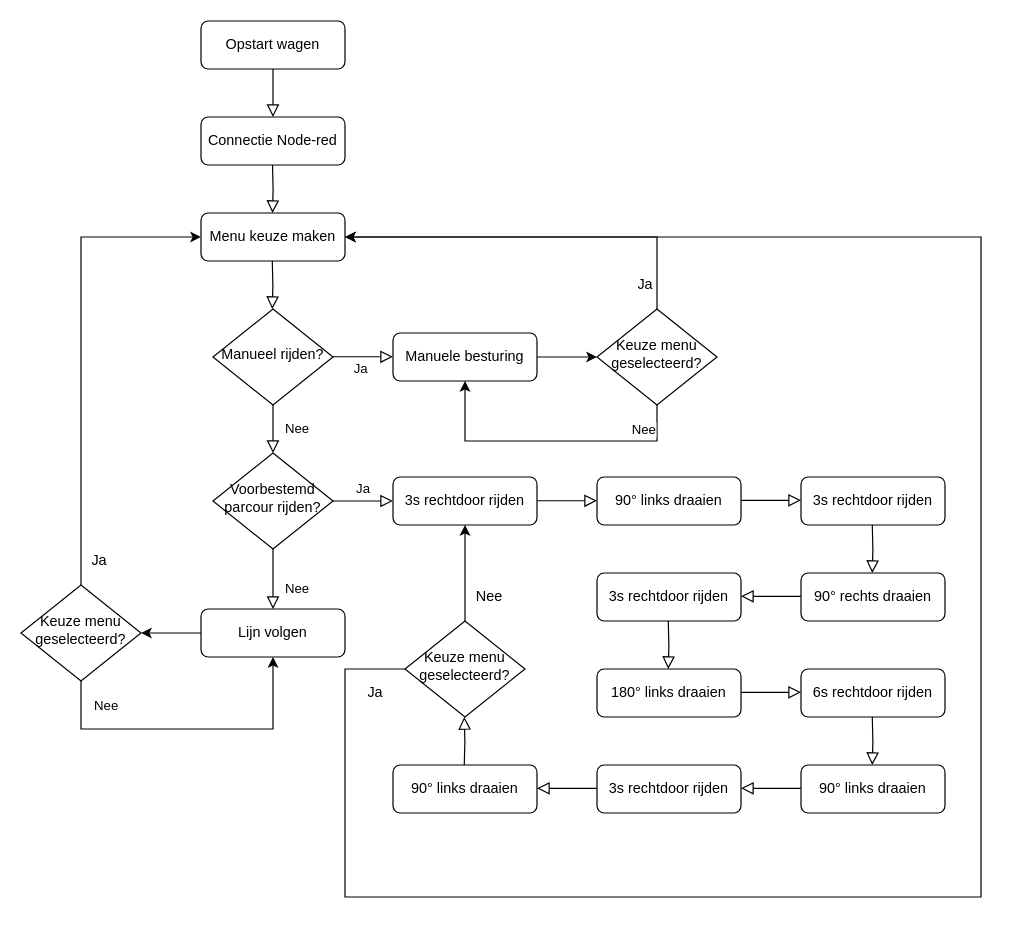
This is Flowchart SmartCar.drawio from JesseDenaux/SmartSystemsCarProject, a draw.io file, before an edit. Source tidied: cells renumbered, new cells numbered last; positions are measured from the earlier drawing's top-left corner, leaving out a move shared by most shapes. Both pictures are drawn from the tidied source at 120%, with x=0, y=0 at pixel (20, 20).
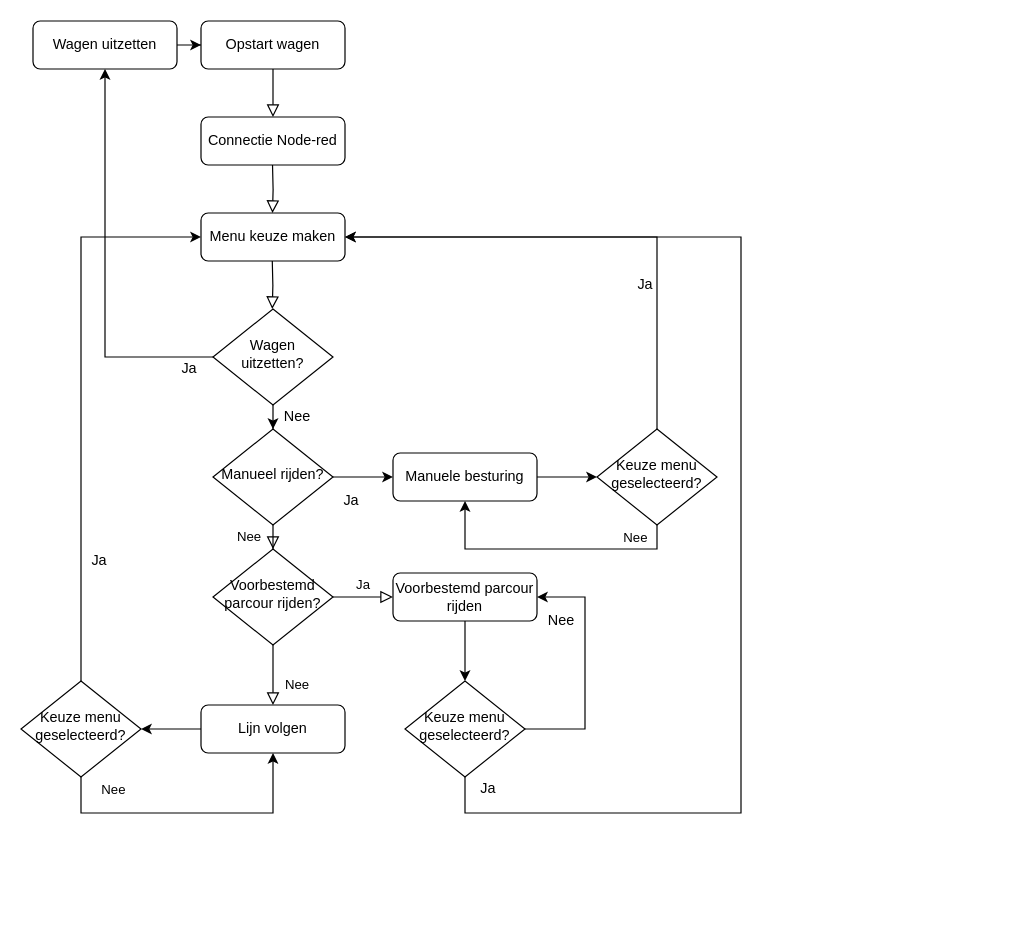
Above is the later version.

Unchanged cells that the change refers to:
```xml
<mxCell id="3" value="Opstart wagen" style="rounded=1;whiteSpace=wrap;html=1;fontSize=12;glass=0;strokeWidth=1;shadow=0;" parent="1" vertex="1">
  <mxGeometry x="150" width="120" height="40" as="geometry" />
</mxCell>
<mxCell id="33" value="Menu keuze maken" style="rounded=1;whiteSpace=wrap;html=1;fontSize=12;glass=0;strokeWidth=1;shadow=0;" parent="1" vertex="1">
  <mxGeometry x="150" y="160" width="120" height="40" as="geometry" />
</mxCell>
```

Change to the diagram source:
```diff
@@
+    <mxCell id="54" style="edgeStyle=orthogonalEdgeStyle;rounded=0;jettySize=auto;html=1;entryX=0;entryY=0.5;entryDx=0;entryDy=0;" parent="1" edge="1" source="5" target="29">
+      <mxGeometry relative="1" as="geometry" />
+    </mxCell>
     <mxCell id="5" value="Manueel rijden?" style="rhombus;whiteSpace=wrap;html=1;shadow=0;fontFamily=Helvetica;fontSize=12;align=center;strokeWidth=1;spacing=6;spacingTop=-4;" parent="1" vertex="1">
-      <mxGeometry x="160" y="240" width="100" height="80" as="geometry" />
+      <mxGeometry x="160" y="340" width="100" height="80" as="geometry" />
     </mxCell>
@@
     <mxCell id="9" value="Voorbestemd parcour rijden?" style="rhombus;whiteSpace=wrap;html=1;shadow=0;fontFamily=Helvetica;fontSize=12;align=center;strokeWidth=1;spacing=6;spacingTop=-4;" parent="1" vertex="1">
-      <mxGeometry x="160" y="360" width="100" height="80" as="geometry" />
+      <mxGeometry x="160" y="440" width="100" height="80" as="geometry" />
     </mxCell>
@@
     <mxCell id="11" value="Lijn volgen" style="rounded=1;whiteSpace=wrap;html=1;fontSize=12;glass=0;strokeWidth=1;shadow=0;" parent="1" vertex="1">
-      <mxGeometry x="150" y="490" width="120" height="40" as="geometry" />
+      <mxGeometry x="150" y="570" width="120" height="40" as="geometry" />
     </mxCell>
+    <mxCell id="55" style="edgeStyle=orthogonalEdgeStyle;rounded=0;jettySize=auto;html=1;entryX=0.5;entryY=0;entryDx=0;entryDy=0;" parent="1" edge="1" source="12" target="51">
+      <mxGeometry relative="1" as="geometry">
+        <Array as="points">
+          <mxPoint x="370" y="500" />
+        </Array>
+      </mxGeometry>
+    </mxCell>
-    <mxCell id="12" value="3s rechtdoor rijden" style="rounded=1;whiteSpace=wrap;html=1;fontSize=12;glass=0;strokeWidth=1;shadow=0;" parent="1" vertex="1">
-      <mxGeometry x="310" y="380" width="120" height="40" as="geometry" />
+    <mxCell id="12" value="Voorbestemd parcour rijden" style="rounded=1;whiteSpace=wrap;html=1;fontSize=12;glass=0;strokeWidth=1;shadow=0;" parent="1" vertex="1">
+      <mxGeometry x="310" y="460" width="120" height="40" as="geometry" />
     </mxCell>
-    <mxCell id="13" value="90° links draaien" style="rounded=1;whiteSpace=wrap;html=1;fontSize=12;glass=0;strokeWidth=1;shadow=0;" parent="1" vertex="1">
-      <mxGeometry x="480" y="380" width="120" height="40" as="geometry" />
-    </mxCell>
-    <mxCell id="14" value="3s rechtdoor rijden" style="rounded=1;whiteSpace=wrap;html=1;fontSize=12;glass=0;strokeWidth=1;shadow=0;" parent="1" vertex="1">
-      <mxGeometry x="650" y="380" width="120" height="40" as="geometry" />
-    </mxCell>
-    <mxCell id="15" value="90° rechts draaien" style="rounded=1;whiteSpace=wrap;html=1;fontSize=12;glass=0;strokeWidth=1;shadow=0;" parent="1" vertex="1">
-      <mxGeometry x="650" y="460" width="120" height="40" as="geometry" />
-    </mxCell>
-    <mxCell id="16" style="edgeStyle=orthogonalEdgeStyle;rounded=0;html=1;jettySize=auto;orthogonalLoop=1;fontSize=11;endArrow=block;endFill=0;endSize=8;strokeWidth=1;shadow=0;labelBackgroundColor=none;" parent="1" edge="1">
-      <mxGeometry y="10" relative="1" as="geometry">
-        <mxPoint x="430" y="399.8" as="sourcePoint" />
-        <mxPoint x="480" y="399.8" as="targetPoint" />
-      </mxGeometry>
-    </mxCell>
-    <mxCell id="17" style="rounded=0;html=1;jettySize=auto;orthogonalLoop=1;fontSize=11;endArrow=block;endFill=0;endSize=8;strokeWidth=1;shadow=0;labelBackgroundColor=none;edgeStyle=orthogonalEdgeStyle;" parent="1" edge="1">
-      <mxGeometry y="20" relative="1" as="geometry">
-        <mxPoint x="709.4" y="420" as="sourcePoint" />
-        <mxPoint x="709.4" y="460" as="targetPoint" />
-      </mxGeometry>
-    </mxCell>
-    <mxCell id="18" value="3s rechtdoor rijden" style="rounded=1;whiteSpace=wrap;html=1;fontSize=12;glass=0;strokeWidth=1;shadow=0;" parent="1" vertex="1">
-      <mxGeometry x="480" y="460" width="120" height="40" as="geometry" />
-    </mxCell>
-    <mxCell id="19" style="rounded=0;html=1;jettySize=auto;orthogonalLoop=1;fontSize=11;endArrow=block;endFill=0;endSize=8;strokeWidth=1;shadow=0;labelBackgroundColor=none;edgeStyle=orthogonalEdgeStyle;" parent="1" edge="1">
-      <mxGeometry y="20" relative="1" as="geometry">
-        <mxPoint x="539.4" y="500" as="sourcePoint" />
-        <mxPoint x="539.4" y="540" as="targetPoint" />
-      </mxGeometry>
-    </mxCell>
-    <mxCell id="20" value="180° links draaien" style="rounded=1;whiteSpace=wrap;html=1;fontSize=12;glass=0;strokeWidth=1;shadow=0;" parent="1" vertex="1">
-      <mxGeometry x="480" y="540" width="120" height="40" as="geometry" />
-    </mxCell>
-    <mxCell id="21" style="edgeStyle=orthogonalEdgeStyle;rounded=0;html=1;jettySize=auto;orthogonalLoop=1;fontSize=11;endArrow=block;endFill=0;endSize=8;strokeWidth=1;shadow=0;labelBackgroundColor=none;" parent="1" edge="1">
-      <mxGeometry y="10" relative="1" as="geometry">
-        <mxPoint x="600" y="559.4" as="sourcePoint" />
-        <mxPoint x="650" y="559.4" as="targetPoint" />
-      </mxGeometry>
-    </mxCell>
-    <mxCell id="22" style="rounded=0;html=1;jettySize=auto;orthogonalLoop=1;fontSize=11;endArrow=block;endFill=0;endSize=8;strokeWidth=1;shadow=0;labelBackgroundColor=none;edgeStyle=orthogonalEdgeStyle;" parent="1" edge="1">
-      <mxGeometry y="20" relative="1" as="geometry">
-        <mxPoint x="709.4" y="580" as="sourcePoint" />
-        <mxPoint x="709.4" y="620" as="targetPoint" />
-      </mxGeometry>
-    </mxCell>
-    <mxCell id="23" value="6s rechtdoor rijden" style="rounded=1;whiteSpace=wrap;html=1;fontSize=12;glass=0;strokeWidth=1;shadow=0;" parent="1" vertex="1">
-      <mxGeometry x="650" y="540" width="120" height="40" as="geometry" />
-    </mxCell>
-    <mxCell id="24" value="90° links draaien" style="rounded=1;whiteSpace=wrap;html=1;fontSize=12;glass=0;strokeWidth=1;shadow=0;" parent="1" vertex="1">
-      <mxGeometry x="650" y="620" width="120" height="40" as="geometry" />
-    </mxCell>
-    <mxCell id="25" value="3s rechtdoor rijden" style="rounded=1;whiteSpace=wrap;html=1;fontSize=12;glass=0;strokeWidth=1;shadow=0;" parent="1" vertex="1">
-      <mxGeometry x="480" y="620" width="120" height="40" as="geometry" />
-    </mxCell>
-    <mxCell id="26" value="90° links draaien" style="rounded=1;whiteSpace=wrap;html=1;fontSize=12;glass=0;strokeWidth=1;shadow=0;" parent="1" vertex="1">
-      <mxGeometry x="310" y="620" width="120" height="40" as="geometry" />
-    </mxCell>
-    <mxCell id="27" style="rounded=0;html=1;jettySize=auto;orthogonalLoop=1;fontSize=11;endArrow=block;endFill=0;endSize=8;strokeWidth=1;shadow=0;labelBackgroundColor=none;edgeStyle=orthogonalEdgeStyle;" parent="1" edge="1">
-      <mxGeometry y="20" relative="1" as="geometry">
-        <mxPoint x="369.4" y="620" as="sourcePoint" />
-        <mxPoint x="369.4" y="580" as="targetPoint" />
-      </mxGeometry>
-    </mxCell>
@@
     <mxCell id="29" value="Manuele besturing" style="rounded=1;whiteSpace=wrap;html=1;fontSize=12;glass=0;strokeWidth=1;shadow=0;" parent="1" vertex="1">
-      <mxGeometry x="310" y="260" width="120" height="40" as="geometry" />
+      <mxGeometry x="310" y="360" width="120" height="40" as="geometry" />
     </mxCell>
-    <mxCell id="30" style="edgeStyle=orthogonalEdgeStyle;rounded=0;html=1;jettySize=auto;orthogonalLoop=1;fontSize=11;endArrow=block;endFill=0;endSize=8;strokeWidth=1;shadow=0;labelBackgroundColor=none;" parent="1" edge="1">
-      <mxGeometry y="10" relative="1" as="geometry">
-        <mxPoint x="260" y="279.8" as="sourcePoint" />
-        <mxPoint x="310" y="279.8" as="targetPoint" />
-      </mxGeometry>
-    </mxCell>
-    <mxCell id="31" value="Ja" style="edgeLabel;html=1;align=center;verticalAlign=middle;" parent="30" vertex="1">
-      <mxGeometry x="-0.13" y="-2" relative="1" as="geometry">
-        <mxPoint y="8" as="offset" />
-      </mxGeometry>
-    </mxCell>
@@
     <mxCell id="35" style="edgeStyle=orthogonalEdgeStyle;rounded=0;jettySize=auto;html=1;entryX=0.5;entryY=1;entryDx=0;entryDy=0;" parent="1" edge="1" source="38" target="29">
       <mxGeometry relative="1" as="geometry">
         <Array as="points">
-          <mxPoint x="530" y="350" />
-          <mxPoint x="370" y="350" />
+          <mxPoint x="530" y="440" />
+          <mxPoint x="370" y="440" />
         </Array>
       </mxGeometry>
     </mxCell>
@@
     <mxCell id="38" value="Keuze menu geselecteerd?" style="rhombus;whiteSpace=wrap;html=1;shadow=0;fontFamily=Helvetica;fontSize=12;align=center;strokeWidth=1;spacing=6;spacingTop=-4;" parent="1" vertex="1">
-      <mxGeometry x="480" y="240" width="100" height="80" as="geometry" />
+      <mxGeometry x="480" y="340" width="100" height="80" as="geometry" />
     </mxCell>
@@
     <mxCell id="41" style="edgeStyle=orthogonalEdgeStyle;rounded=0;jettySize=auto;html=1;entryX=0.5;entryY=1;entryDx=0;entryDy=0;" parent="1" edge="1" source="43" target="11">
       <mxGeometry relative="1" as="geometry">
         <Array as="points">
-          <mxPoint x="50" y="590" />
-          <mxPoint x="210" y="590" />
+          <mxPoint x="50" y="660" />
+          <mxPoint x="210" y="660" />
         </Array>
       </mxGeometry>
     </mxCell>
@@
     <mxCell id="43" value="Keuze menu geselecteerd?" style="rhombus;whiteSpace=wrap;html=1;shadow=0;fontFamily=Helvetica;fontSize=12;align=center;strokeWidth=1;spacing=6;spacingTop=-4;" parent="1" vertex="1">
-      <mxGeometry y="470" width="100" height="80" as="geometry" />
+      <mxGeometry y="550" width="100" height="80" as="geometry" />
     </mxCell>
@@
-    <mxCell id="45" style="edgeStyle=orthogonalEdgeStyle;rounded=0;html=1;jettySize=auto;orthogonalLoop=1;fontSize=11;endArrow=block;endFill=0;endSize=8;strokeWidth=1;shadow=0;labelBackgroundColor=none;" parent="1" edge="1">
-      <mxGeometry y="10" relative="1" as="geometry">
-        <mxPoint x="600" y="399.4" as="sourcePoint" />
-        <mxPoint x="650" y="399.4" as="targetPoint" />
-      </mxGeometry>
-    </mxCell>
-    <mxCell id="46" style="edgeStyle=orthogonalEdgeStyle;rounded=0;html=1;jettySize=auto;orthogonalLoop=1;fontSize=11;endArrow=block;endFill=0;endSize=8;strokeWidth=1;shadow=0;labelBackgroundColor=none;" parent="1" edge="1">
-      <mxGeometry y="10" relative="1" as="geometry">
-        <mxPoint x="650" y="479.4" as="sourcePoint" />
-        <mxPoint x="600" y="479.4" as="targetPoint" />
-      </mxGeometry>
-    </mxCell>
-    <mxCell id="47" style="edgeStyle=orthogonalEdgeStyle;rounded=0;html=1;jettySize=auto;orthogonalLoop=1;fontSize=11;endArrow=block;endFill=0;endSize=8;strokeWidth=1;shadow=0;labelBackgroundColor=none;" parent="1" edge="1">
-      <mxGeometry y="10" relative="1" as="geometry">
-        <mxPoint x="650" y="639.4" as="sourcePoint" />
-        <mxPoint x="600" y="639.4" as="targetPoint" />
-      </mxGeometry>
-    </mxCell>
-    <mxCell id="48" style="edgeStyle=orthogonalEdgeStyle;rounded=0;html=1;jettySize=auto;orthogonalLoop=1;fontSize=11;endArrow=block;endFill=0;endSize=8;strokeWidth=1;shadow=0;labelBackgroundColor=none;" parent="1" edge="1">
-      <mxGeometry y="10" relative="1" as="geometry">
-        <mxPoint x="480" y="639.4" as="sourcePoint" />
-        <mxPoint x="430" y="639.4" as="targetPoint" />
-      </mxGeometry>
-    </mxCell>
-    <mxCell id="49" style="edgeStyle=orthogonalEdgeStyle;rounded=0;jettySize=auto;html=1;entryX=0.5;entryY=1;entryDx=0;entryDy=0;" parent="1" edge="1" source="51" target="12">
-      <mxGeometry relative="1" as="geometry" />
+    <mxCell id="49" style="edgeStyle=orthogonalEdgeStyle;rounded=0;jettySize=auto;html=1;entryX=1;entryY=0.5;entryDx=0;entryDy=0;" parent="1" edge="1" source="51" target="12">
+      <mxGeometry relative="1" as="geometry">
+        <Array as="points">
+          <mxPoint x="470" y="590" />
+          <mxPoint x="470" y="480" />
+        </Array>
+      </mxGeometry>
     </mxCell>
     <mxCell id="50" style="edgeStyle=orthogonalEdgeStyle;rounded=0;jettySize=auto;html=1;" parent="1" edge="1" source="51" target="33">
       <mxGeometry relative="1" as="geometry">
         <Array as="points">
-          <mxPoint x="270" y="540" />
-          <mxPoint x="270" y="730" />
-          <mxPoint x="800" y="730" />
-          <mxPoint x="800" y="180" />
+          <mxPoint x="370" y="660" />
+          <mxPoint x="600" y="660" />
+          <mxPoint x="600" y="180" />
         </Array>
       </mxGeometry>
     </mxCell>
     <mxCell id="51" value="Keuze menu geselecteerd?" style="rhombus;whiteSpace=wrap;html=1;shadow=0;fontFamily=Helvetica;fontSize=12;align=center;strokeWidth=1;spacing=6;spacingTop=-4;" parent="1" vertex="1">
-      <mxGeometry x="320" y="500" width="100" height="80" as="geometry" />
+      <mxGeometry x="320" y="550" width="100" height="80" as="geometry" />
     </mxCell>
     <mxCell id="52" value="Nee" style="text;html=1;align=center;verticalAlign=middle;strokeColor=none;fillColor=none;" parent="1" vertex="1">
-      <mxGeometry x="370" y="470" width="40" height="20" as="geometry" />
+      <mxGeometry x="430" y="490" width="40" height="20" as="geometry" />
     </mxCell>
     <mxCell id="53" value="Ja" style="text;html=1;align=center;verticalAlign=middle;strokeColor=none;fillColor=none;" parent="1" vertex="1">
-      <mxGeometry x="280" y="550" width="30" height="20" as="geometry" />
+      <mxGeometry x="374" y="630" width="30" height="20" as="geometry" />
     </mxCell>
+    <mxCell id="56" value="Ja&lt;br&gt;" style="text;html=1;align=center;verticalAlign=middle;" parent="1" vertex="1">
+      <mxGeometry x="260" y="390" width="30" height="20" as="geometry" />
+    </mxCell>
+    <mxCell id="57" style="edgeStyle=orthogonalEdgeStyle;rounded=0;jettySize=auto;html=1;entryX=0.5;entryY=0;entryDx=0;entryDy=0;" parent="1" edge="1" source="59" target="5">
+      <mxGeometry relative="1" as="geometry" />
+    </mxCell>
+    <mxCell id="58" style="edgeStyle=orthogonalEdgeStyle;rounded=0;jettySize=auto;html=1;entryX=0.5;entryY=1;entryDx=0;entryDy=0;" parent="1" edge="1" source="59" target="63">
+      <mxGeometry relative="1" as="geometry" />
+    </mxCell>
+    <mxCell id="59" value="Wagen uitzetten?" style="rhombus;whiteSpace=wrap;html=1;shadow=0;fontFamily=Helvetica;fontSize=12;align=center;strokeWidth=1;spacing=6;spacingTop=-4;" parent="1" vertex="1">
+      <mxGeometry x="160" y="240" width="100" height="80" as="geometry" />
+    </mxCell>
+    <mxCell id="60" value="Nee" style="text;html=1;align=center;verticalAlign=middle;" parent="1" vertex="1">
+      <mxGeometry x="210" y="320" width="40" height="20" as="geometry" />
+    </mxCell>
+    <mxCell id="61" value="Ja&lt;br&gt;" style="text;html=1;align=center;verticalAlign=middle;" parent="1" vertex="1">
+      <mxGeometry x="125" y="280" width="30" height="20" as="geometry" />
+    </mxCell>
+    <mxCell id="62" style="edgeStyle=orthogonalEdgeStyle;rounded=0;jettySize=auto;html=1;entryX=0;entryY=0.5;entryDx=0;entryDy=0;" parent="1" edge="1" source="63" target="3">
+      <mxGeometry relative="1" as="geometry" />
+    </mxCell>
+    <mxCell id="63" value="Wagen uitzetten" style="rounded=1;whiteSpace=wrap;html=1;fontSize=12;glass=0;strokeWidth=1;shadow=0;" parent="1" vertex="1">
+      <mxGeometry x="10" width="120" height="40" as="geometry" />
+    </mxCell>
```
